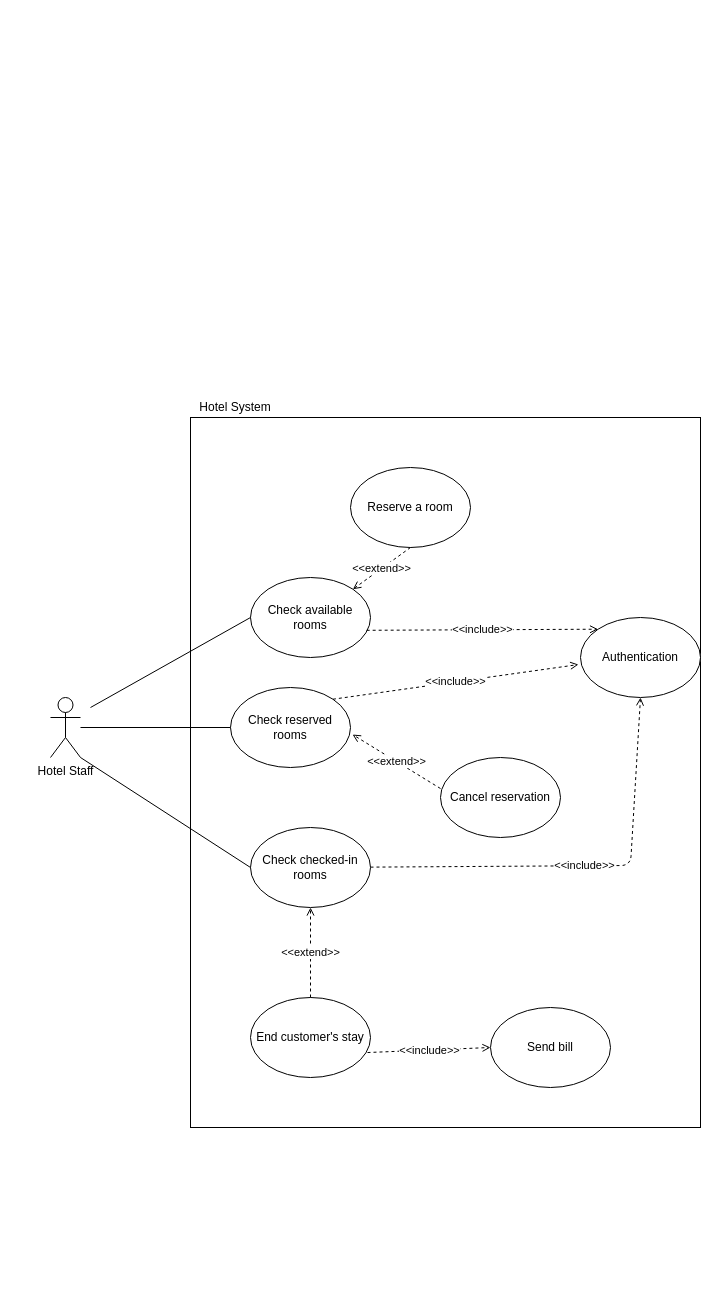
mclhtay/CS4471 keeps this draw.io diagram as Diagrams/UseCase/HotelManager.drawio. Above is the earlier version. Source tidied: cells renumbered, new cells numbered last; positions are measured from the earlier drawing's top-left corner, leaving out a move shared by most shapes. Both pictures are drawn from the tidied source at 100%, with x=0, y=0 at pixel (50, 397).
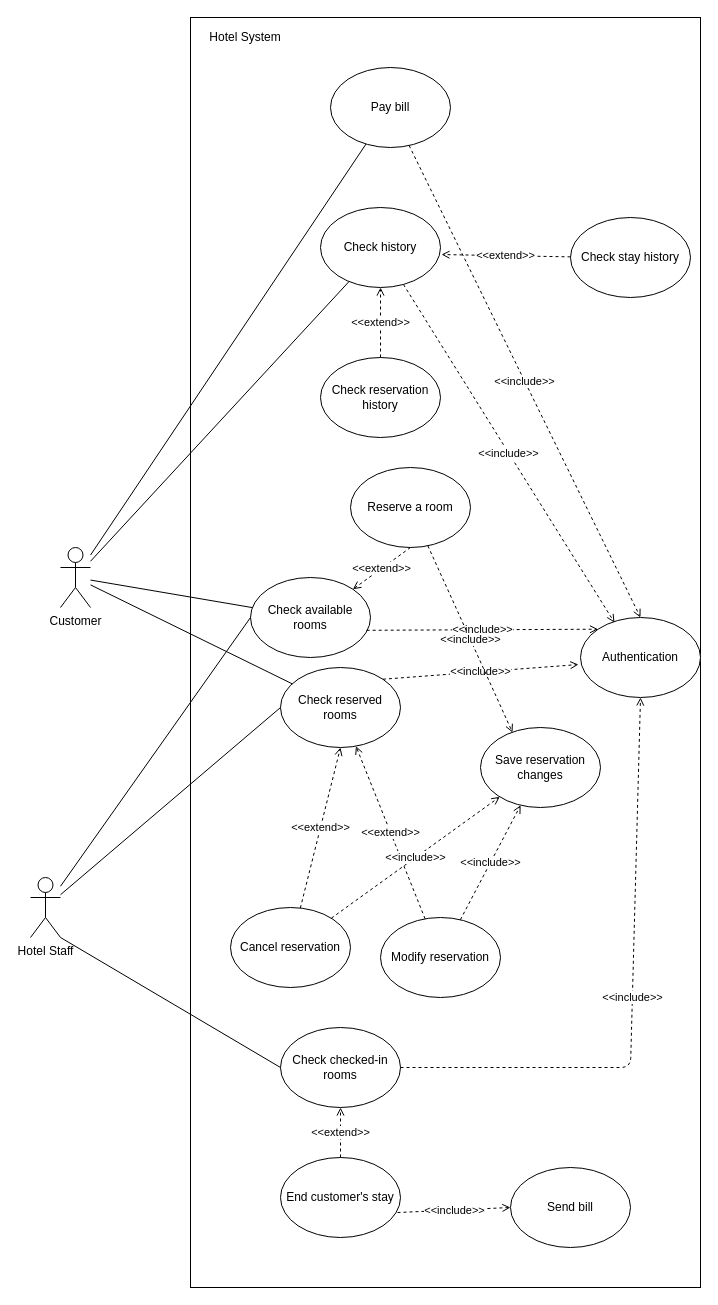
The same page after the edit.

Commit message (it also covers changes not shown here):
Modify use-case diagram

Add use-case for customer in use-case diagram, add a use-case description, and modify the existing use-case description to include the authentication

Unchanged cells that the change refers to:
```xml
<mxCell id="4" value="Authentication" style="ellipse;whiteSpace=wrap;html=1;" parent="1" vertex="1">
  <mxGeometry x="530" y="220" width="120" height="80" as="geometry" />
</mxCell>
<mxCell id="8" value="Reserve a room" style="ellipse;whiteSpace=wrap;html=1;" parent="1" vertex="1">
  <mxGeometry x="300" y="70" width="120" height="80" as="geometry" />
</mxCell>
<mxCell id="20" value="Check available rooms" style="ellipse;whiteSpace=wrap;html=1;" parent="1" vertex="1">
  <mxGeometry x="200" y="180" width="120" height="80" as="geometry" />
</mxCell>
```

Change to the diagram source:
```diff
@@
     <mxCell id="2" style="rounded=0;whiteSpace=wrap;html=1;" parent="1" vertex="1">
-      <mxGeometry x="140" y="20" width="510" height="710" as="geometry" />
+      <mxGeometry x="140" y="-380" width="510" height="1270" as="geometry" />
     </mxCell>
     <mxCell id="3" value="Hotel Staff" style="shape=umlActor;verticalLabelPosition=bottom;verticalAlign=top;html=1;outlineConnect=0;" parent="1" vertex="1">
-      <mxGeometry y="300" width="30" height="60" as="geometry" />
+      <mxGeometry x="-20" y="480" width="30" height="60" as="geometry" />
     </mxCell>
@@
     <mxCell id="5" value="Check checked-in rooms" style="ellipse;whiteSpace=wrap;html=1;" parent="1" vertex="1">
-      <mxGeometry x="200" y="430" width="120" height="80" as="geometry" />
+      <mxGeometry x="230" y="630" width="120" height="80" as="geometry" />
     </mxCell>
     <mxCell id="6" value="Check reserved rooms" style="ellipse;whiteSpace=wrap;html=1;" parent="1" vertex="1">
-      <mxGeometry x="180" y="290" width="120" height="80" as="geometry" />
+      <mxGeometry x="230" y="270" width="120" height="80" as="geometry" />
     </mxCell>
     <mxCell id="7" value="End customer's stay" style="ellipse;whiteSpace=wrap;html=1;" parent="1" vertex="1">
-      <mxGeometry x="200" y="600" width="120" height="80" as="geometry" />
+      <mxGeometry x="230" y="760" width="120" height="80" as="geometry" />
     </mxCell>
@@
     <mxCell id="9" value="Send bill" style="ellipse;whiteSpace=wrap;html=1;" parent="1" vertex="1">
-      <mxGeometry x="440" y="610" width="120" height="80" as="geometry" />
+      <mxGeometry x="460" y="770" width="120" height="80" as="geometry" />
     </mxCell>
     <mxCell id="10" value="Cancel reservation" style="ellipse;whiteSpace=wrap;html=1;" parent="1" vertex="1">
-      <mxGeometry x="390" y="360" width="120" height="80" as="geometry" />
+      <mxGeometry x="180" y="510" width="120" height="80" as="geometry" />
     </mxCell>
@@
-    <mxCell id="14" value="&amp;lt;&amp;lt;extend&amp;gt;&amp;gt;" style="endArrow=open;html=1;exitX=0;exitY=0.388;exitDx=0;exitDy=0;entryX=1.017;entryY=0.588;entryDx=0;entryDy=0;dashed=1;endFill=0;exitPerimeter=0;entryPerimeter=0;" parent="1" edge="1" source="10" target="6">
+    <mxCell id="14" value="&amp;lt;&amp;lt;extend&amp;gt;&amp;gt;" style="endArrow=open;html=1;entryX=0.5;entryY=1;entryDx=0;entryDy=0;dashed=1;endFill=0;" parent="1" edge="1" source="10" target="6">
       <mxGeometry relative="1" as="geometry" />
     </mxCell>
@@
     <mxCell id="17" value="&amp;lt;&amp;lt;include&amp;gt;&amp;gt;" style="endArrow=open;html=1;dashed=1;endFill=0;entryX=0.5;entryY=1;entryDx=0;entryDy=0;" parent="1" edge="1" source="5" target="4">
       <mxGeometry relative="1" as="geometry">
         <Array as="points">
-          <mxPoint x="580" y="468" />
+          <mxPoint x="580" y="670" />
         </Array>
       </mxGeometry>
     </mxCell>
@@
     <mxCell id="19" value="Hotel System" style="text;html=1;strokeColor=none;fillColor=none;align=center;verticalAlign=middle;whiteSpace=wrap;rounded=0;" parent="1" vertex="1">
-      <mxGeometry x="140" width="90" height="20" as="geometry" />
+      <mxGeometry x="150" y="-370" width="90" height="20" as="geometry" />
     </mxCell>
@@
-    <mxCell id="21" style="endArrow=none;html=1;entryX=0;entryY=0.5;entryDx=0;entryDy=0;" parent="1" edge="1" target="20">
-      <mxGeometry relative="1" as="geometry">
-        <mxPoint x="40" y="310" as="sourcePoint" />
-      </mxGeometry>
+    <mxCell id="21" style="endArrow=none;html=1;entryX=0;entryY=0.5;entryDx=0;entryDy=0;" parent="1" edge="1" source="3" target="20">
+      <mxGeometry relative="1" as="geometry" />
     </mxCell>
@@
+    <mxCell id="23" style="rounded=0;jettySize=auto;html=1;endArrow=none;endFill=0;" parent="1" edge="1" source="27" target="20">
+      <mxGeometry relative="1" as="geometry" />
+    </mxCell>
+    <mxCell id="24" style="edgeStyle=none;rounded=0;jettySize=auto;html=1;endArrow=none;endFill=0;" parent="1" edge="1" source="27" target="6">
+      <mxGeometry relative="1" as="geometry" />
+    </mxCell>
+    <mxCell id="25" style="edgeStyle=none;rounded=0;jettySize=auto;html=1;endArrow=none;endFill=0;" parent="1" edge="1" source="27" target="31">
+      <mxGeometry relative="1" as="geometry" />
+    </mxCell>
+    <mxCell id="26" style="edgeStyle=none;rounded=0;jettySize=auto;html=1;endArrow=none;endFill=0;" parent="1" edge="1" source="27" target="30">
+      <mxGeometry relative="1" as="geometry" />
+    </mxCell>
+    <mxCell id="27" value="Customer" style="shape=umlActor;verticalLabelPosition=bottom;verticalAlign=top;html=1;outlineConnect=0;" parent="1" vertex="1">
+      <mxGeometry x="10" y="150" width="30" height="60" as="geometry" />
+    </mxCell>
+    <mxCell id="28" value="Modify reservation" style="ellipse;whiteSpace=wrap;html=1;" parent="1" vertex="1">
+      <mxGeometry x="330" y="520" width="120" height="80" as="geometry" />
+    </mxCell>
+    <mxCell id="29" value="&amp;lt;&amp;lt;extend&amp;gt;&amp;gt;" style="endArrow=open;html=1;dashed=1;endFill=0;" parent="1" edge="1" source="28" target="6">
+      <mxGeometry relative="1" as="geometry" />
+    </mxCell>
+    <mxCell id="30" value="Pay bill" style="ellipse;whiteSpace=wrap;html=1;" parent="1" vertex="1">
+      <mxGeometry x="280" y="-330" width="120" height="80" as="geometry" />
+    </mxCell>
+    <mxCell id="31" value="Check history" style="ellipse;whiteSpace=wrap;html=1;" parent="1" vertex="1">
+      <mxGeometry x="270" y="-190" width="120" height="80" as="geometry" />
+    </mxCell>
+    <mxCell id="32" value="Check reservation history" style="ellipse;whiteSpace=wrap;html=1;" parent="1" vertex="1">
+      <mxGeometry x="270" y="-40" width="120" height="80" as="geometry" />
+    </mxCell>
+    <mxCell id="33" value="Check stay history" style="ellipse;whiteSpace=wrap;html=1;" parent="1" vertex="1">
+      <mxGeometry x="520" y="-180" width="120" height="80" as="geometry" />
+    </mxCell>
+    <mxCell id="34" value="&amp;lt;&amp;lt;extend&amp;gt;&amp;gt;" style="endArrow=open;html=1;dashed=1;endFill=0;" parent="1" edge="1" source="32" target="31">
+      <mxGeometry relative="1" as="geometry" />
+    </mxCell>
+    <mxCell id="35" value="&amp;lt;&amp;lt;extend&amp;gt;&amp;gt;" style="endArrow=open;html=1;dashed=1;endFill=0;entryX=1.008;entryY=0.588;entryDx=0;entryDy=0;entryPerimeter=0;" parent="1" edge="1" source="33" target="31">
+      <mxGeometry relative="1" as="geometry" />
+    </mxCell>
+    <mxCell id="36" value="&amp;lt;&amp;lt;include&amp;gt;&amp;gt;" style="endArrow=open;html=1;dashed=1;endFill=0;entryX=0.5;entryY=0;entryDx=0;entryDy=0;" parent="1" edge="1" source="30" target="4">
+      <mxGeometry relative="1" as="geometry" />
+    </mxCell>
+    <mxCell id="37" value="&amp;lt;&amp;lt;include&amp;gt;&amp;gt;" style="endArrow=open;html=1;dashed=1;endFill=0;entryX=0.283;entryY=0.063;entryDx=0;entryDy=0;entryPerimeter=0;" parent="1" edge="1" source="31" target="4">
+      <mxGeometry relative="1" as="geometry" />
+    </mxCell>
+    <mxCell id="38" value="Save reservation changes" style="ellipse;whiteSpace=wrap;html=1;" parent="1" vertex="1">
+      <mxGeometry x="430" y="330" width="120" height="80" as="geometry" />
+    </mxCell>
+    <mxCell id="39" value="&amp;lt;&amp;lt;include&amp;gt;&amp;gt;" style="endArrow=open;html=1;dashed=1;endFill=0;" parent="1" edge="1" source="28" target="38">
+      <mxGeometry relative="1" as="geometry" />
+    </mxCell>
+    <mxCell id="40" value="&amp;lt;&amp;lt;include&amp;gt;&amp;gt;" style="endArrow=open;html=1;dashed=1;endFill=0;" parent="1" edge="1" source="10" target="38">
+      <mxGeometry relative="1" as="geometry" />
+    </mxCell>
+    <mxCell id="41" value="&amp;lt;&amp;lt;include&amp;gt;&amp;gt;" style="endArrow=open;html=1;dashed=1;endFill=0;entryX=0.267;entryY=0.063;entryDx=0;entryDy=0;entryPerimeter=0;" parent="1" edge="1" source="8" target="38">
+      <mxGeometry relative="1" as="geometry" />
+    </mxCell>
```
